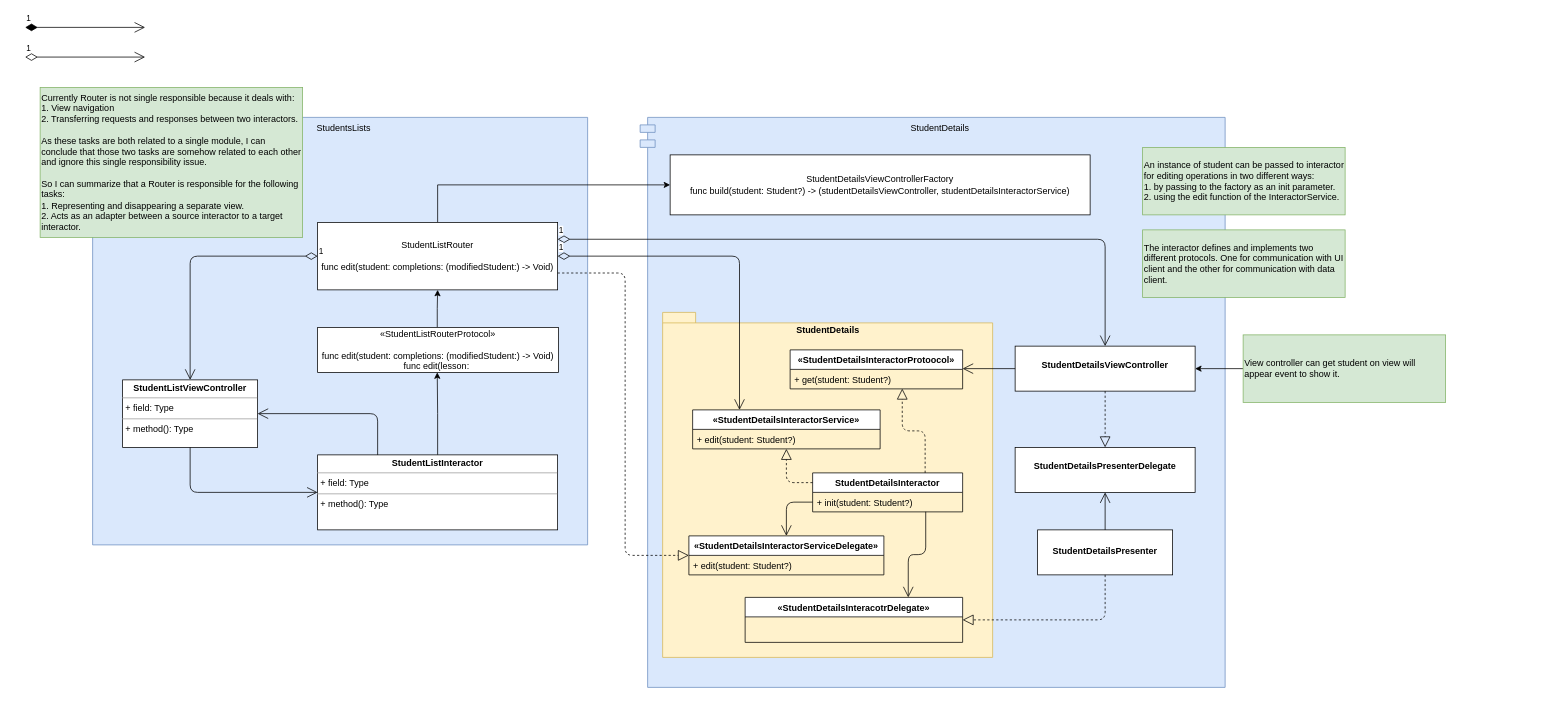
This is RouterPattern/Documents/Inter-module Communication.drawio from justin-er/Flow, a draw.io file, before an edit. Source tidied: cells renumbered, new cells numbered last; positions are measured from the earlier drawing's top-left corner, leaving out a move shared by most shapes. Both pictures are drawn from the tidied source at 75%, with x=0, y=0 at pixel (25, 27).
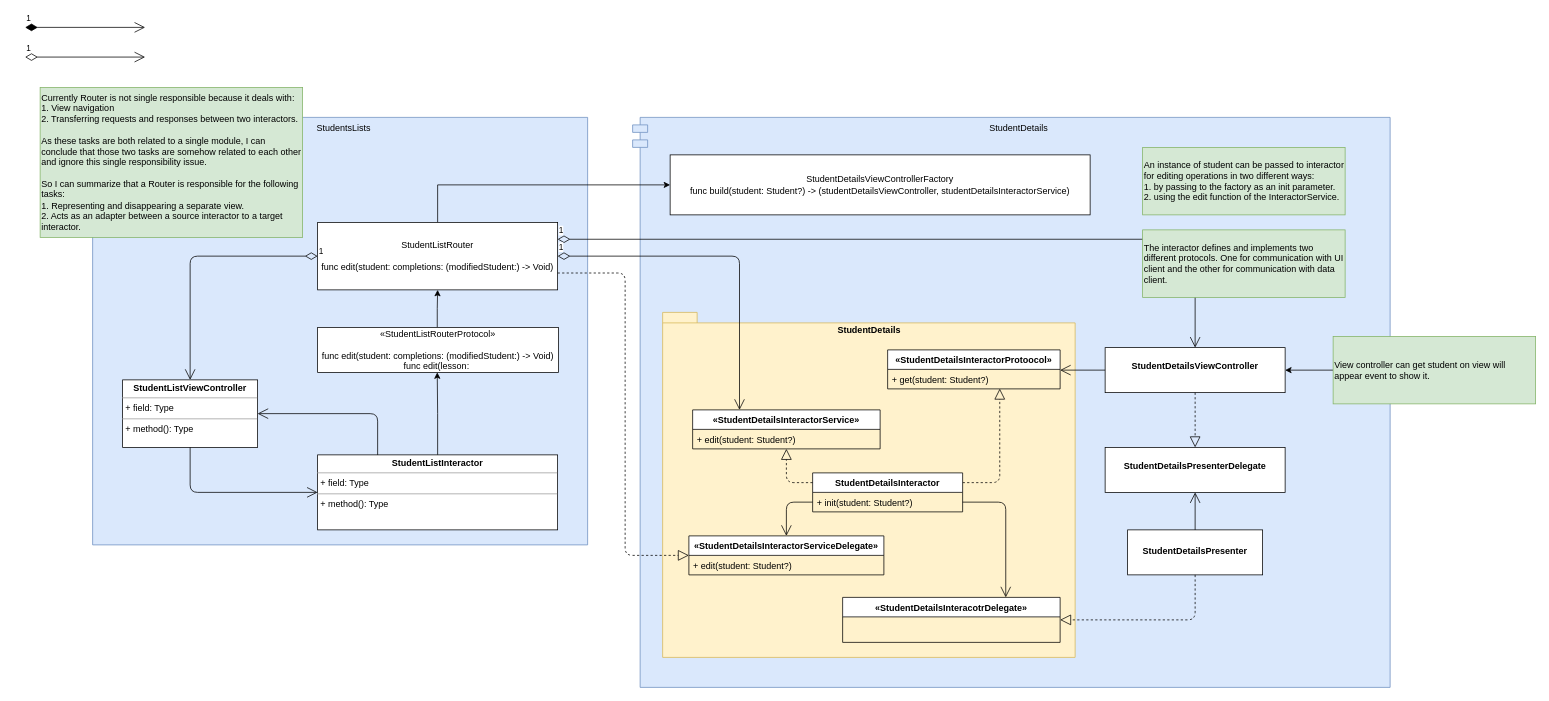
After the change.

The change refers to these unchanged cells:
```xml
<mxCell id="30" value="StudentDetailsInteractor" style="swimlane;fontStyle=1;align=center;verticalAlign=top;horizontal=1;startSize=26;" parent="1" vertex="1">
  <mxGeometry x="1050" y="594" width="200" height="52" as="geometry" />
</mxCell>
<mxCell id="31" value="+ init(student: Student?)" style="text;strokeColor=none;fillColor=none;align=left;verticalAlign=top;spacingLeft=4;spacingRight=4;overflow=hidden;points=[[0,0.5],[1,0.5]];portConstraint=eastwest;" parent="30" vertex="1">
  <mxGeometry y="26" width="200" height="26" as="geometry" />
</mxCell>
<mxCell id="33" value="+ get(student: Student?)" style="text;strokeColor=none;fillColor=none;align=left;verticalAlign=top;spacingLeft=4;spacingRight=4;overflow=hidden;points=[[0,0.5],[1,0.5]];portConstraint=eastwest;" parent="32" vertex="1">
  <mxGeometry y="26" width="230" height="26" as="geometry" />
</mxCell>
```

Diff of the diagram source:
```diff
@@
     <mxCell id="3" value="StudentDetails" style="shape=module;align=left;spacingLeft=20;align=center;verticalAlign=top;fillColor=#dae8fc;strokeColor=#6c8ebf;" parent="1" vertex="1">
-      <mxGeometry x="820" y="120" width="780" height="760" as="geometry" />
+      <mxGeometry x="810" y="120" width="1010" height="760" as="geometry" />
     </mxCell>
     <mxCell id="4" value="StudentDetails" style="shape=folder;fontStyle=1;spacingTop=10;tabWidth=40;tabHeight=14;tabPosition=left;html=1;verticalAlign=top;fillColor=#fff2cc;strokeColor=#d6b656;" parent="1" vertex="1">
-      <mxGeometry x="850" y="380" width="440" height="460" as="geometry" />
+      <mxGeometry x="850" y="380" width="550" height="460" as="geometry" />
     </mxCell>
@@
     <mxCell id="17" value="&lt;p style=&quot;margin: 0px ; margin-top: 4px ; text-align: center&quot;&gt;&lt;br&gt;&lt;b&gt;StudentDetailsViewController&lt;/b&gt;&lt;/p&gt;" style="verticalAlign=top;align=left;overflow=fill;fontSize=12;fontFamily=Helvetica;html=1;" parent="1" vertex="1">
-      <mxGeometry x="1320" y="425" width="240" height="60" as="geometry" />
+      <mxGeometry x="1440" y="427" width="240" height="60" as="geometry" />
     </mxCell>
-    <mxCell id="18" style="endArrow=open;endFill=1;endSize=12;html=1;elbow=vertical;exitX=0;exitY=0.5;exitDx=0;exitDy=0;" parent="1" edge="1" source="17">
-      <mxGeometry relative="1" as="geometry">
-        <mxPoint x="1250" y="455" as="targetPoint" />
-      </mxGeometry>
+    <mxCell id="18" style="endArrow=open;endFill=1;endSize=12;html=1;elbow=vertical;exitX=0;exitY=0.5;exitDx=0;exitDy=0;entryX=1;entryY=0.038;entryDx=0;entryDy=0;entryPerimeter=0;" parent="1" edge="1" source="17" target="33">
+      <mxGeometry relative="1" as="geometry" />
     </mxCell>
-    <mxCell id="19" style="endArrow=block;dashed=1;endFill=0;endSize=12;html=1;edgeStyle=orthogonalEdgeStyle;exitX=0.75;exitY=0;exitDx=0;exitDy=0;entryX=0.65;entryY=0.987;entryDx=0;entryDy=0;entryPerimeter=0;" parent="1" edge="1" source="30" target="33">
+    <mxCell id="19" style="endArrow=block;dashed=1;endFill=0;endSize=12;html=1;edgeStyle=orthogonalEdgeStyle;exitX=1;exitY=0.25;exitDx=0;exitDy=0;entryX=0.65;entryY=0.987;entryDx=0;entryDy=0;entryPerimeter=0;" parent="1" edge="1" source="30" target="33">
       <mxGeometry relative="1" as="geometry" />
     </mxCell>
-    <mxCell id="20" style="endArrow=open;endFill=1;endSize=12;html=1;edgeStyle=orthogonalEdgeStyle;exitX=0.754;exitY=0.993;exitDx=0;exitDy=0;exitPerimeter=0;entryX=0.75;entryY=0;entryDx=0;entryDy=0;" parent="1" edge="1" source="31" target="34">
+    <mxCell id="20" style="endArrow=open;endFill=1;endSize=12;html=1;edgeStyle=orthogonalEdgeStyle;exitX=1;exitY=0.5;exitDx=0;exitDy=0;entryX=0.75;entryY=0;entryDx=0;entryDy=0;" parent="1" edge="1" source="31" target="34">
       <mxGeometry relative="1" as="geometry" />
     </mxCell>
     <mxCell id="21" value="&lt;p style=&quot;margin: 0px ; margin-top: 4px ; text-align: center&quot;&gt;&lt;b&gt;&lt;br&gt;&lt;/b&gt;&lt;/p&gt;&lt;p style=&quot;margin: 0px ; margin-top: 4px ; text-align: center&quot;&gt;&lt;b&gt;StudentDetailsPresenter&lt;/b&gt;&lt;/p&gt;" style="verticalAlign=top;align=left;overflow=fill;fontSize=12;fontFamily=Helvetica;html=1;" parent="1" vertex="1">
-      <mxGeometry x="1350" y="670" width="180" height="60" as="geometry" />
+      <mxGeometry x="1470" y="670" width="180" height="60" as="geometry" />
     </mxCell>
@@
     <mxCell id="23" value="&lt;p style=&quot;margin: 0px ; margin-top: 4px ; text-align: center&quot;&gt;&lt;br&gt;&lt;b&gt;StudentDetailsPresenterDelegate&lt;/b&gt;&lt;/p&gt;" style="verticalAlign=top;align=left;overflow=fill;fontSize=12;fontFamily=Helvetica;html=1;" parent="1" vertex="1">
-      <mxGeometry x="1320" y="560" width="240" height="60" as="geometry" />
+      <mxGeometry x="1440" y="560" width="240" height="60" as="geometry" />
     </mxCell>
@@
     <mxCell id="32" value="«StudentDetailsInteractorProtoocol»" style="swimlane;fontStyle=1;align=center;verticalAlign=top;horizontal=1;startSize=26;" parent="1" vertex="1">
-      <mxGeometry x="1020" y="430" width="230" height="52" as="geometry" />
+      <mxGeometry x="1150" y="430" width="230" height="52" as="geometry" />
     </mxCell>
@@
     <mxCell id="34" value="«StudentDetailsInteracotrDelegate»" style="swimlane;fontStyle=1;align=center;verticalAlign=top;horizontal=1;startSize=26;" parent="1" vertex="1">
-      <mxGeometry x="960" y="760" width="290" height="60" as="geometry" />
+      <mxGeometry x="1090" y="760" width="290" height="60" as="geometry" />
     </mxCell>
@@
     <mxCell id="45" value="View controller can get student on view will appear event to show it." style="text;html=1;strokeColor=#82b366;fillColor=#d5e8d4;align=left;verticalAlign=middle;whiteSpace=wrap;rounded=0;" parent="1" vertex="1">
-      <mxGeometry x="1624" y="410" width="270" height="90" as="geometry" />
+      <mxGeometry x="1744" y="412" width="270" height="90" as="geometry" />
     </mxCell>
```
